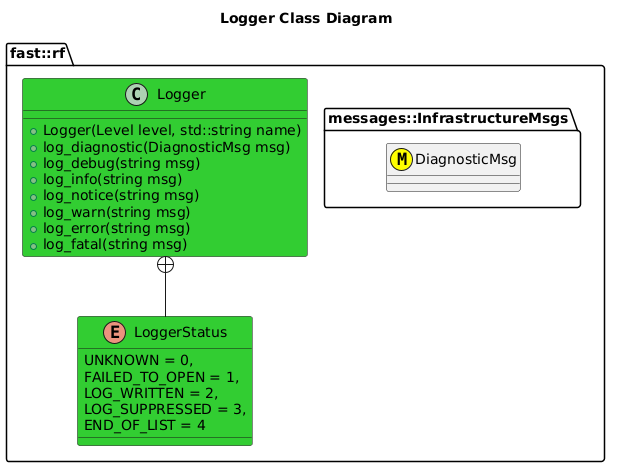
Above: include/Infrastructure/doc/puml/LoggerClassDiagram.png in fastrobotics/robot_framework (PlantUML), before the change.
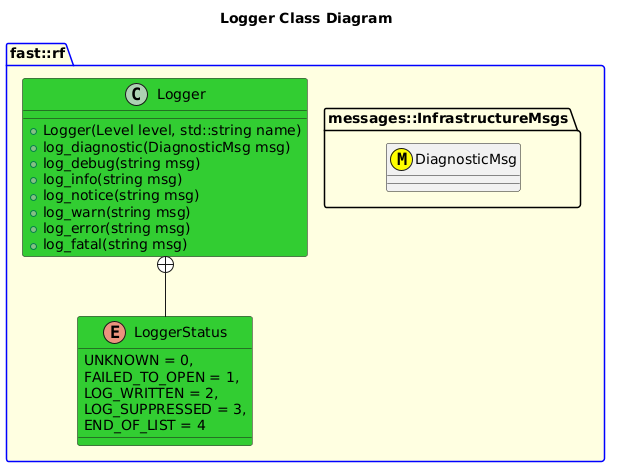
Later version of the same file.

Change to the diagram source:
```diff
@@ -1,6 +1,6 @@
 @startuml
 title Logger Class Diagram
-namespace fast::rf {
+package fast::rf #LightYellow;line:blue {
     namespace messages::InfrastructureMsgs {
         class DiagnosticMsg <<(M,#FFFF00)>>
     }
```
